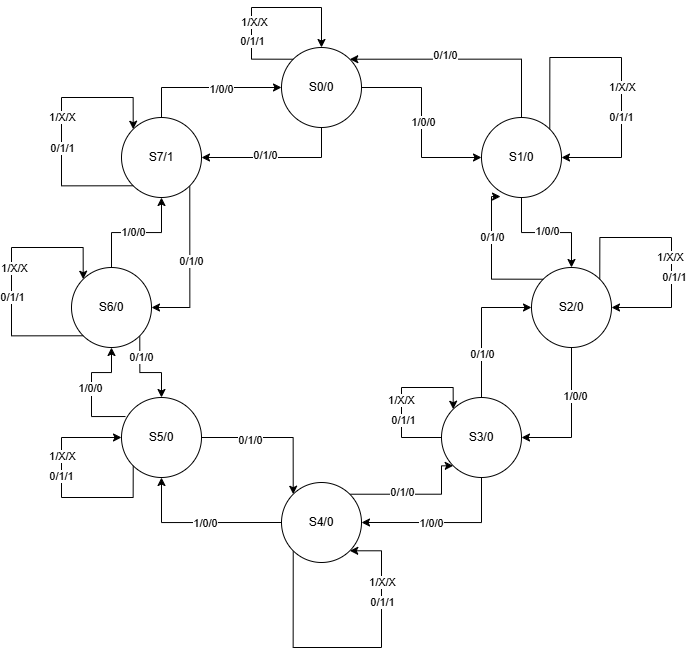
The draw.io diagram Dados/diagrama_pessoas.png in DeV-ictor/PBL_Elevador, before a commit. Source tidied: cells renumbered, new cells last; positions are measured from the earlier drawing's top-left corner, leaving out a move shared by most shapes.
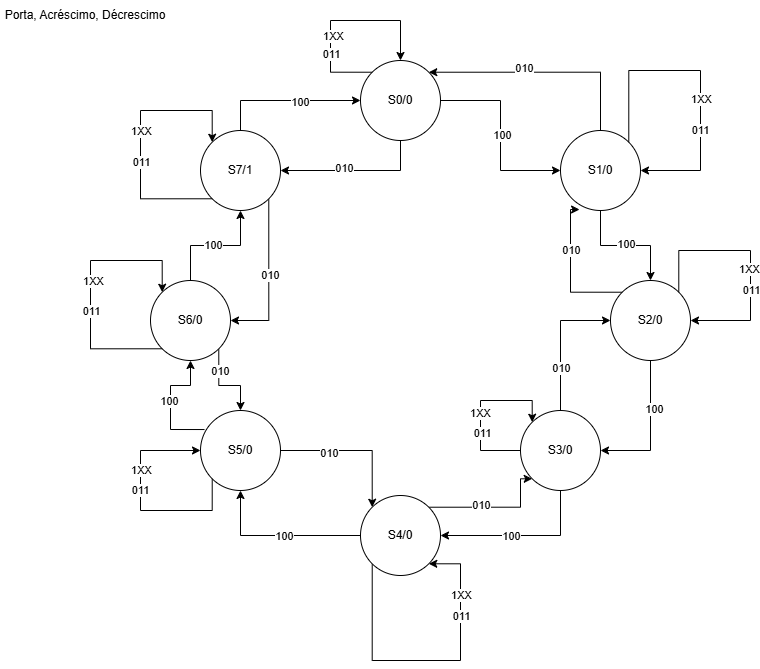
Later version of the same file.

The edit, as a diff of the source:
```diff
@@ -5,13 +5,13 @@
     <mxCell id="2" style="edgeStyle=orthogonalEdgeStyle;rounded=0;jettySize=auto;html=1;exitX=1;exitY=0.5;exitDx=0;exitDy=0;entryX=0;entryY=0.5;entryDx=0;entryDy=0;" parent="1" edge="1" source="6" target="21">
       <mxGeometry relative="1" as="geometry" />
     </mxCell>
-    <mxCell id="3" value="1/0/0" style="edgeLabel;html=1;align=center;verticalAlign=middle;" parent="2" vertex="1">
+    <mxCell id="3" value="100" style="edgeLabel;html=1;align=center;verticalAlign=middle;" parent="2" vertex="1">
       <mxGeometry x="-0.01" y="1" relative="1" as="geometry" />
     </mxCell>
     <mxCell id="4" style="edgeStyle=orthogonalEdgeStyle;rounded=0;jettySize=auto;html=1;exitX=0.5;exitY=1;exitDx=0;exitDy=0;entryX=1;entryY=0.5;entryDx=0;entryDy=0;" parent="1" edge="1" source="6" target="11">
       <mxGeometry relative="1" as="geometry" />
     </mxCell>
-    <mxCell id="5" value="0/1/0" style="edgeLabel;html=1;align=center;verticalAlign=middle;" parent="4" vertex="1">
+    <mxCell id="5" value="010" style="edgeLabel;html=1;align=center;verticalAlign=middle;" parent="4" vertex="1">
       <mxGeometry x="0.16" y="-3" relative="1" as="geometry" />
     </mxCell>
     <mxCell id="6" value="S0/0" style="ellipse;whiteSpace=wrap;html=1;" parent="1" vertex="1">
@@ -20,13 +20,13 @@
     <mxCell id="7" style="edgeStyle=orthogonalEdgeStyle;rounded=0;jettySize=auto;html=1;exitX=0.5;exitY=0;exitDx=0;exitDy=0;entryX=0;entryY=0.5;entryDx=0;entryDy=0;" parent="1" edge="1" source="11" target="6">
       <mxGeometry relative="1" as="geometry" />
     </mxCell>
-    <mxCell id="8" value="1/0/0" style="edgeLabel;html=1;align=center;verticalAlign=middle;" parent="7" vertex="1">
+    <mxCell id="8" value="100" style="edgeLabel;html=1;align=center;verticalAlign=middle;" parent="7" vertex="1">
       <mxGeometry x="0.19" y="-1" relative="1" as="geometry" />
     </mxCell>
     <mxCell id="9" style="edgeStyle=orthogonalEdgeStyle;rounded=0;jettySize=auto;html=1;exitX=1;exitY=1;exitDx=0;exitDy=0;entryX=1;entryY=0.5;entryDx=0;entryDy=0;" parent="1" edge="1" source="11" target="16">
       <mxGeometry relative="1" as="geometry" />
     </mxCell>
-    <mxCell id="10" value="0/1/0" style="edgeLabel;html=1;align=center;verticalAlign=middle;" parent="9" vertex="1">
+    <mxCell id="10" value="010" style="edgeLabel;html=1;align=center;verticalAlign=middle;" parent="9" vertex="1">
       <mxGeometry x="-0.05" y="1" relative="1" as="geometry" />
     </mxCell>
     <mxCell id="11" value="S7/1" style="ellipse;whiteSpace=wrap;html=1;" parent="1" vertex="1">
@@ -35,13 +35,13 @@
     <mxCell id="12" style="edgeStyle=orthogonalEdgeStyle;rounded=0;jettySize=auto;html=1;exitX=0.5;exitY=0;exitDx=0;exitDy=0;entryX=0.5;entryY=1;entryDx=0;entryDy=0;" parent="1" edge="1" source="16" target="11">
       <mxGeometry relative="1" as="geometry" />
     </mxCell>
-    <mxCell id="13" value="1/0/0" style="edgeLabel;html=1;align=center;verticalAlign=middle;" parent="12" vertex="1">
+    <mxCell id="13" value="100" style="edgeLabel;html=1;align=center;verticalAlign=middle;" parent="12" vertex="1">
       <mxGeometry x="-0.05" y="1" relative="1" as="geometry" />
     </mxCell>
     <mxCell id="14" style="edgeStyle=orthogonalEdgeStyle;rounded=0;jettySize=auto;html=1;exitX=1;exitY=1;exitDx=0;exitDy=0;entryX=0.5;entryY=0;entryDx=0;entryDy=0;" parent="1" edge="1" source="16" target="26">
       <mxGeometry relative="1" as="geometry" />
     </mxCell>
-    <mxCell id="15" value="0/1/0" style="edgeLabel;html=1;align=center;verticalAlign=middle;" parent="14" vertex="1">
+    <mxCell id="15" value="010" style="edgeLabel;html=1;align=center;verticalAlign=middle;" parent="14" vertex="1">
       <mxGeometry x="-0.48" y="1" relative="1" as="geometry" />
     </mxCell>
     <mxCell id="16" value="S6/0" style="ellipse;whiteSpace=wrap;html=1;" parent="1" vertex="1">
@@ -50,13 +50,13 @@
     <mxCell id="17" style="edgeStyle=orthogonalEdgeStyle;rounded=0;jettySize=auto;html=1;exitX=0.5;exitY=1;exitDx=0;exitDy=0;entryX=0.5;entryY=0;entryDx=0;entryDy=0;" parent="1" edge="1" source="21" target="42">
       <mxGeometry relative="1" as="geometry" />
     </mxCell>
-    <mxCell id="18" value="1/0/0" style="edgeLabel;html=1;align=center;verticalAlign=middle;" parent="17" vertex="1">
+    <mxCell id="18" value="100" style="edgeLabel;html=1;align=center;verticalAlign=middle;" parent="17" vertex="1">
       <mxGeometry y="2" relative="1" as="geometry" />
     </mxCell>
     <mxCell id="19" style="edgeStyle=orthogonalEdgeStyle;rounded=0;jettySize=auto;html=1;exitX=0.5;exitY=0;exitDx=0;exitDy=0;entryX=1;entryY=0;entryDx=0;entryDy=0;" parent="1" edge="1" source="21" target="6">
       <mxGeometry relative="1" as="geometry" />
     </mxCell>
-    <mxCell id="20" value="0/1/0" style="edgeLabel;html=1;align=center;verticalAlign=middle;" parent="19" vertex="1">
+    <mxCell id="20" value="010" style="edgeLabel;html=1;align=center;verticalAlign=middle;" parent="19" vertex="1">
       <mxGeometry x="0.18" y="-4" relative="1" as="geometry" />
     </mxCell>
     <mxCell id="21" value="S1/0" style="ellipse;whiteSpace=wrap;html=1;" parent="1" vertex="1">
@@ -71,13 +71,13 @@
         </Array>
       </mxGeometry>
     </mxCell>
-    <mxCell id="23" value="1/0/0" style="edgeLabel;html=1;align=center;verticalAlign=middle;" parent="22" vertex="1">
+    <mxCell id="23" value="100" style="edgeLabel;html=1;align=center;verticalAlign=middle;" parent="22" vertex="1">
       <mxGeometry x="0.02" y="2" relative="1" as="geometry" />
     </mxCell>
     <mxCell id="24" style="edgeStyle=orthogonalEdgeStyle;rounded=0;jettySize=auto;html=1;exitX=1;exitY=0.5;exitDx=0;exitDy=0;entryX=0;entryY=0;entryDx=0;entryDy=0;" parent="1" edge="1" source="26" target="34">
       <mxGeometry relative="1" as="geometry" />
     </mxCell>
-    <mxCell id="25" value="0/1/0" style="edgeLabel;html=1;align=center;verticalAlign=middle;" parent="24" vertex="1">
+    <mxCell id="25" value="010" style="edgeLabel;html=1;align=center;verticalAlign=middle;" parent="24" vertex="1">
       <mxGeometry x="-0.35" y="-2" relative="1" as="geometry" />
     </mxCell>
     <mxCell id="26" value="S5/0" style="ellipse;whiteSpace=wrap;html=1;" parent="1" vertex="1">
@@ -86,7 +86,7 @@
     <mxCell id="27" style="edgeStyle=orthogonalEdgeStyle;rounded=0;jettySize=auto;html=1;exitX=0;exitY=0.5;exitDx=0;exitDy=0;" parent="1" edge="1" source="34" target="26">
       <mxGeometry relative="1" as="geometry" />
     </mxCell>
-    <mxCell id="28" value="1/0/0" style="edgeLabel;html=1;align=center;verticalAlign=middle;" parent="27" vertex="1">
+    <mxCell id="28" value="100" style="edgeLabel;html=1;align=center;verticalAlign=middle;" parent="27" vertex="1">
       <mxGeometry x="-0.07" relative="1" as="geometry" />
     </mxCell>
     <mxCell id="29" style="edgeStyle=orthogonalEdgeStyle;rounded=0;jettySize=auto;html=1;exitX=1;exitY=0;exitDx=0;exitDy=0;entryX=0;entryY=1;entryDx=0;entryDy=0;" parent="1" edge="1" source="34" target="39">
@@ -97,7 +97,7 @@
         </Array>
       </mxGeometry>
     </mxCell>
-    <mxCell id="30" value="0/1/0" style="edgeLabel;html=1;align=center;verticalAlign=middle;" parent="29" vertex="1">
+    <mxCell id="30" value="010" style="edgeLabel;html=1;align=center;verticalAlign=middle;" parent="29" vertex="1">
       <mxGeometry x="0.1" y="2" relative="1" as="geometry">
         <mxPoint x="-20" as="offset" />
       </mxGeometry>
@@ -111,10 +111,10 @@
         </Array>
       </mxGeometry>
     </mxCell>
-    <mxCell id="32" value="1/X/X" style="edgeLabel;html=1;align=center;verticalAlign=middle;" parent="31" vertex="1">
+    <mxCell id="32" value="1XX" style="edgeLabel;html=1;align=center;verticalAlign=middle;" parent="31" vertex="1">
       <mxGeometry x="0.6" relative="1" as="geometry" />
     </mxCell>
-    <mxCell id="33" value="0/1/1" style="edgeLabel;html=1;align=center;verticalAlign=middle;" parent="31" vertex="1">
+    <mxCell id="33" value="011" style="edgeLabel;html=1;align=center;verticalAlign=middle;" parent="31" vertex="1">
       <mxGeometry x="0.47" relative="1" as="geometry" />
     </mxCell>
     <mxCell id="34" value="S4/0" style="ellipse;whiteSpace=wrap;html=1;" parent="1" vertex="1">
@@ -123,7 +123,7 @@
     <mxCell id="35" style="edgeStyle=orthogonalEdgeStyle;rounded=0;jettySize=auto;html=1;exitX=0.5;exitY=1;exitDx=0;exitDy=0;entryX=1;entryY=0.5;entryDx=0;entryDy=0;" parent="1" edge="1" source="39" target="34">
       <mxGeometry relative="1" as="geometry" />
     </mxCell>
-    <mxCell id="36" value="1/0/0" style="edgeLabel;html=1;align=center;verticalAlign=middle;" parent="35" vertex="1">
+    <mxCell id="36" value="100" style="edgeLabel;html=1;align=center;verticalAlign=middle;" parent="35" vertex="1">
       <mxGeometry x="0.16" relative="1" as="geometry">
         <mxPoint x="1" as="offset" />
       </mxGeometry>
@@ -131,7 +131,7 @@
     <mxCell id="37" style="edgeStyle=orthogonalEdgeStyle;rounded=0;jettySize=auto;html=1;exitX=0.5;exitY=0;exitDx=0;exitDy=0;entryX=0;entryY=0.5;entryDx=0;entryDy=0;" parent="1" edge="1" source="39" target="42">
       <mxGeometry relative="1" as="geometry" />
     </mxCell>
-    <mxCell id="38" value="0/1/0" style="edgeLabel;html=1;align=center;verticalAlign=middle;" parent="37" vertex="1">
+    <mxCell id="38" value="010" style="edgeLabel;html=1;align=center;verticalAlign=middle;" parent="37" vertex="1">
       <mxGeometry x="-0.39" relative="1" as="geometry" />
     </mxCell>
     <mxCell id="39" value="S3/0" style="ellipse;whiteSpace=wrap;html=1;" parent="1" vertex="1">
@@ -140,7 +140,7 @@
     <mxCell id="40" style="edgeStyle=orthogonalEdgeStyle;rounded=0;jettySize=auto;html=1;exitX=0.5;exitY=1;exitDx=0;exitDy=0;entryX=1;entryY=0.5;entryDx=0;entryDy=0;" parent="1" edge="1" source="42" target="39">
       <mxGeometry relative="1" as="geometry" />
     </mxCell>
-    <mxCell id="41" value="1/0/0" style="edgeLabel;html=1;align=center;verticalAlign=middle;" parent="40" vertex="1">
+    <mxCell id="41" value="100" style="edgeLabel;html=1;align=center;verticalAlign=middle;" parent="40" vertex="1">
       <mxGeometry x="-0.31" y="3" relative="1" as="geometry" />
     </mxCell>
     <mxCell id="42" value="S2/0" style="ellipse;whiteSpace=wrap;html=1;" parent="1" vertex="1">
@@ -154,7 +154,7 @@
         </Array>
       </mxGeometry>
     </mxCell>
-    <mxCell id="44" value="0/1/0" style="edgeLabel;html=1;align=center;verticalAlign=middle;" parent="43" vertex="1">
+    <mxCell id="44" value="010" style="edgeLabel;html=1;align=center;verticalAlign=middle;" parent="43" vertex="1">
       <mxGeometry x="0.32" relative="1" as="geometry" />
     </mxCell>
     <mxCell id="45" style="edgeStyle=orthogonalEdgeStyle;rounded=0;orthogonalLoop=1;jettySize=auto;html=1;exitX=0;exitY=0.5;exitDx=0;exitDy=0;entryX=0;entryY=0;entryDx=0;entryDy=0;" parent="1" edge="1" source="39" target="39">
@@ -166,10 +166,10 @@
         </Array>
       </mxGeometry>
     </mxCell>
-    <mxCell id="46" value="1/X/X" style="edgeLabel;html=1;align=center;verticalAlign=middle;" parent="45" vertex="1">
+    <mxCell id="46" value="1XX" style="edgeLabel;html=1;align=center;verticalAlign=middle;" parent="45" vertex="1">
       <mxGeometry x="-0.05" y="1" relative="1" as="geometry" />
     </mxCell>
-    <mxCell id="47" value="0/1/1" style="edgeLabel;html=1;align=center;verticalAlign=middle;" parent="45" vertex="1">
+    <mxCell id="47" value="011" style="edgeLabel;html=1;align=center;verticalAlign=middle;" parent="45" vertex="1">
       <mxGeometry x="-0.29" y="-1" relative="1" as="geometry" />
     </mxCell>
     <mxCell id="48" style="edgeStyle=orthogonalEdgeStyle;rounded=0;orthogonalLoop=1;jettySize=auto;html=1;exitX=1;exitY=0;exitDx=0;exitDy=0;entryX=1;entryY=0.5;entryDx=0;entryDy=0;" parent="1" edge="1" source="42" target="42">
@@ -181,11 +181,13 @@
         </Array>
       </mxGeometry>
     </mxCell>
-    <mxCell id="49" value="1/X/X" style="edgeLabel;html=1;align=center;verticalAlign=middle;" parent="48" vertex="1">
+    <mxCell id="49" value="1XX" style="edgeLabel;html=1;align=center;verticalAlign=middle;" parent="48" vertex="1">
       <mxGeometry x="0.09" y="-2" relative="1" as="geometry" />
     </mxCell>
-    <mxCell id="50" value="0/1/1" style="edgeLabel;html=1;align=center;verticalAlign=middle;" parent="48" vertex="1">
-      <mxGeometry x="0.26" y="2" relative="1" as="geometry" />
+    <mxCell id="50" value="011" style="edgeLabel;html=1;align=center;verticalAlign=middle;" parent="48" vertex="1">
+      <mxGeometry x="0.26" y="2" relative="1" as="geometry">
+        <mxPoint x="-2" as="offset" />
+      </mxGeometry>
     </mxCell>
     <mxCell id="51" style="edgeStyle=orthogonalEdgeStyle;rounded=0;orthogonalLoop=1;jettySize=auto;html=1;exitX=1;exitY=0;exitDx=0;exitDy=0;entryX=1;entryY=0.5;entryDx=0;entryDy=0;" parent="1" edge="1" source="21" target="21">
       <mxGeometry relative="1" as="geometry">
@@ -196,10 +198,10 @@
         </Array>
       </mxGeometry>
     </mxCell>
-    <mxCell id="52" value="1/X/X" style="edgeLabel;html=1;align=center;verticalAlign=middle;" parent="51" vertex="1">
+    <mxCell id="52" value="1XX" style="edgeLabel;html=1;align=center;verticalAlign=middle;" parent="51" vertex="1">
       <mxGeometry x="0.14" relative="1" as="geometry" />
     </mxCell>
-    <mxCell id="53" value="0/1/1" style="edgeLabel;html=1;align=center;verticalAlign=middle;" parent="51" vertex="1">
+    <mxCell id="53" value="011" style="edgeLabel;html=1;align=center;verticalAlign=middle;" parent="51" vertex="1">
       <mxGeometry x="0.37" y="-1" relative="1" as="geometry">
         <mxPoint y="-5" as="offset" />
       </mxGeometry>
@@ -213,10 +215,10 @@
         </Array>
       </mxGeometry>
     </mxCell>
-    <mxCell id="55" value="1/X/X" style="edgeLabel;html=1;align=center;verticalAlign=middle;" parent="54" vertex="1">
+    <mxCell id="55" value="1XX" style="edgeLabel;html=1;align=center;verticalAlign=middle;" parent="54" vertex="1">
       <mxGeometry x="0.29" relative="1" as="geometry" />
     </mxCell>
-    <mxCell id="56" value="0/1/1" style="edgeLabel;html=1;align=center;verticalAlign=middle;" parent="54" vertex="1">
+    <mxCell id="56" value="011" style="edgeLabel;html=1;align=center;verticalAlign=middle;" parent="54" vertex="1">
       <mxGeometry x="0.11" y="1" relative="1" as="geometry" />
     </mxCell>
     <mxCell id="57" style="edgeStyle=orthogonalEdgeStyle;rounded=0;orthogonalLoop=1;jettySize=auto;html=1;exitX=0;exitY=1;exitDx=0;exitDy=0;entryX=0;entryY=0;entryDx=0;entryDy=0;" parent="1" edge="1" source="16" target="16">
@@ -228,10 +230,10 @@
         </Array>
       </mxGeometry>
     </mxCell>
-    <mxCell id="58" value="1/X/X" style="edgeLabel;html=1;align=center;verticalAlign=middle;" parent="57" vertex="1">
+    <mxCell id="58" value="1XX" style="edgeLabel;html=1;align=center;verticalAlign=middle;" parent="57" vertex="1">
       <mxGeometry x="0.06" y="-2" relative="1" as="geometry" />
     </mxCell>
-    <mxCell id="59" value="0/1/1" style="edgeLabel;html=1;align=center;verticalAlign=middle;" parent="57" vertex="1">
+    <mxCell id="59" value="011" style="edgeLabel;html=1;align=center;verticalAlign=middle;" parent="57" vertex="1">
       <mxGeometry x="-0.16" relative="1" as="geometry" />
     </mxCell>
     <mxCell id="60" style="edgeStyle=orthogonalEdgeStyle;rounded=0;orthogonalLoop=1;jettySize=auto;html=1;exitX=0;exitY=1;exitDx=0;exitDy=0;entryX=0;entryY=0;entryDx=0;entryDy=0;" parent="1" edge="1" source="11" target="11">
@@ -243,12 +245,12 @@
         </Array>
       </mxGeometry>
     </mxCell>
-    <mxCell id="61" value="1/X/X" style="edgeLabel;html=1;align=center;verticalAlign=middle;" parent="60" vertex="1">
+    <mxCell id="61" value="1XX" style="edgeLabel;html=1;align=center;verticalAlign=middle;" parent="60" vertex="1">
       <mxGeometry x="0.07" y="-4" relative="1" as="geometry">
         <mxPoint x="-4" y="1" as="offset" />
       </mxGeometry>
     </mxCell>
-    <mxCell id="62" value="0/1/1" style="edgeLabel;html=1;align=center;verticalAlign=middle;" parent="60" vertex="1">
+    <mxCell id="62" value="011" style="edgeLabel;html=1;align=center;verticalAlign=middle;" parent="60" vertex="1">
       <mxGeometry x="-0.17" y="-3" relative="1" as="geometry">
         <mxPoint x="-3" as="offset" />
       </mxGeometry>
@@ -262,11 +264,14 @@
         </Array>
       </mxGeometry>
     </mxCell>
-    <mxCell id="64" value="1/X/X" style="edgeLabel;html=1;align=center;verticalAlign=middle;" parent="63" vertex="1">
+    <mxCell id="64" value="1XX" style="edgeLabel;html=1;align=center;verticalAlign=middle;" parent="63" vertex="1">
       <mxGeometry x="-0.23" y="-2" relative="1" as="geometry" />
     </mxCell>
-    <mxCell id="65" value="0/1/1" style="edgeLabel;html=1;align=center;verticalAlign=middle;" parent="63" vertex="1">
+    <mxCell id="65" value="011" style="edgeLabel;html=1;align=center;verticalAlign=middle;" parent="63" vertex="1">
       <mxGeometry x="-0.41" relative="1" as="geometry" />
     </mxCell>
+    <mxCell id="66" value="Porta, Acréscimo, Décrescimo" style="text;html=1;align=center;verticalAlign=middle;whiteSpace=wrap;rounded=0;" parent="1" vertex="1">
+      <mxGeometry x="-90" y="-20" width="170" height="30" as="geometry" />
+    </mxCell>
   </root>
 </mxGraphModel>
```
